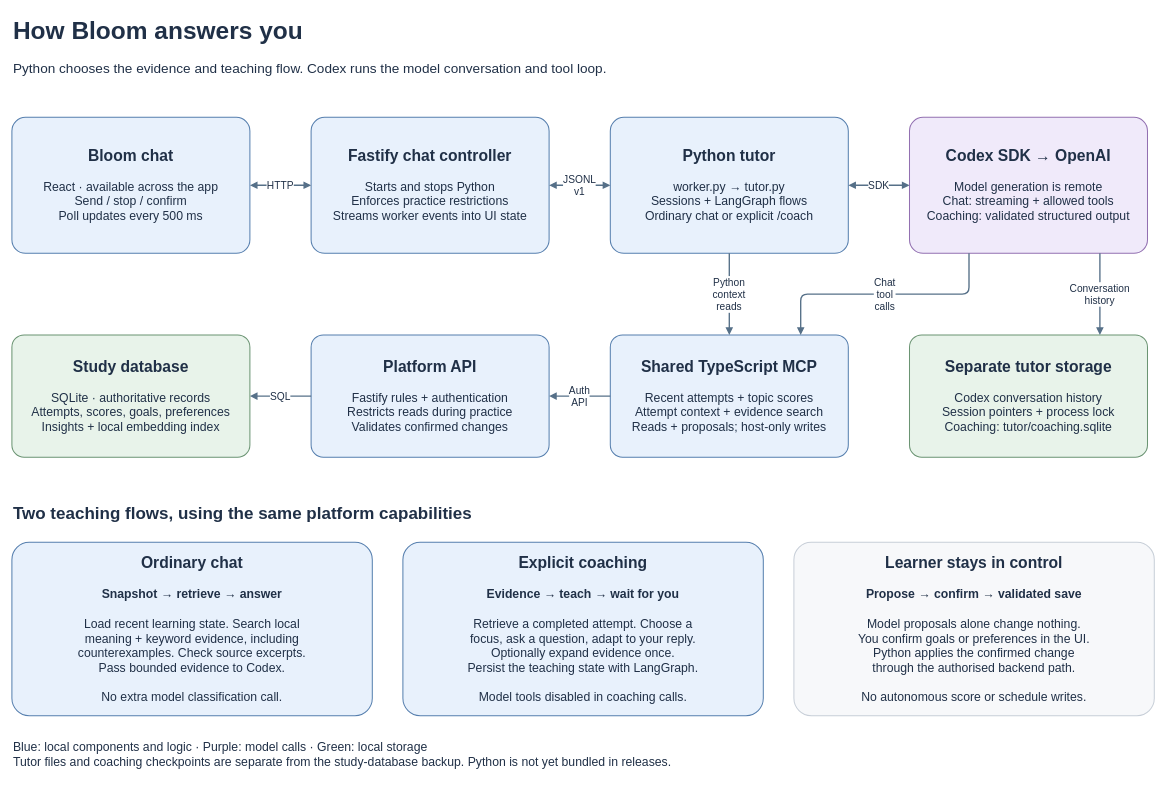
Above: page "Bloom AI tutor" (2 of 2) of docs/architecture/bloomcode.drawio in pritanb/bloomcode (draw.io), before the change. Source tidied: cells renumbered, new cells numbered last; positions are measured from the earlier drawing's top-left corner, leaving out a move shared by most shapes. Both pictures are drawn from the tidied source at 68%, with x=0, y=0 at pixel (12, 12).
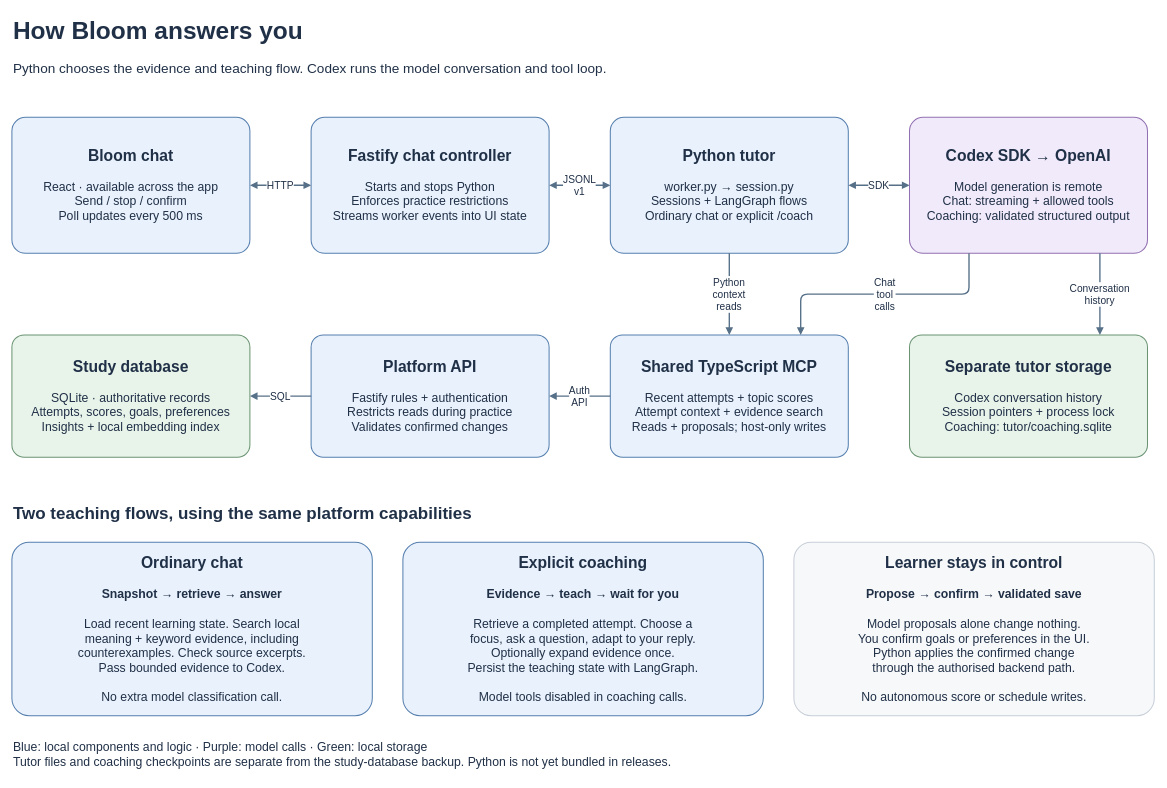
After the change.

What changed in the source:
```diff
@@
-    <mxCell id="6" value="&lt;b&gt;&lt;font style=&quot;font-size:23px&quot;&gt;Python tutor&lt;/font&gt;&lt;/b&gt;&lt;br&gt;&lt;br&gt;worker.py → tutor.py&lt;br&gt;Sessions + LangGraph flows&lt;br&gt;Ordinary chat or explicit /coach" style="html=1;whiteSpace=wrap;fontFamily=Helvetica;fontSize=18;fontColor=#203047;rounded=1;arcSize=10;fillColor=#e8f1fc;strokeColor=#567fae;strokeWidth=1.5;spacing=18;" parent="1" vertex="1">
+    <mxCell id="6" value="&lt;b&gt;&lt;font style=&quot;font-size:23px&quot;&gt;Python tutor&lt;/font&gt;&lt;/b&gt;&lt;br&gt;&lt;br&gt;worker.py → session.py&lt;br&gt;Sessions + LangGraph flows&lt;br&gt;Ordinary chat or explicit /coach" style="html=1;whiteSpace=wrap;fontFamily=Helvetica;fontSize=18;fontColor=#203047;rounded=1;arcSize=10;fillColor=#e8f1fc;strokeColor=#567fae;strokeWidth=1.5;spacing=18;" parent="1" vertex="1">
       <mxGeometry x="880" y="155" width="350" height="200" as="geometry" />
     </mxCell>
```
